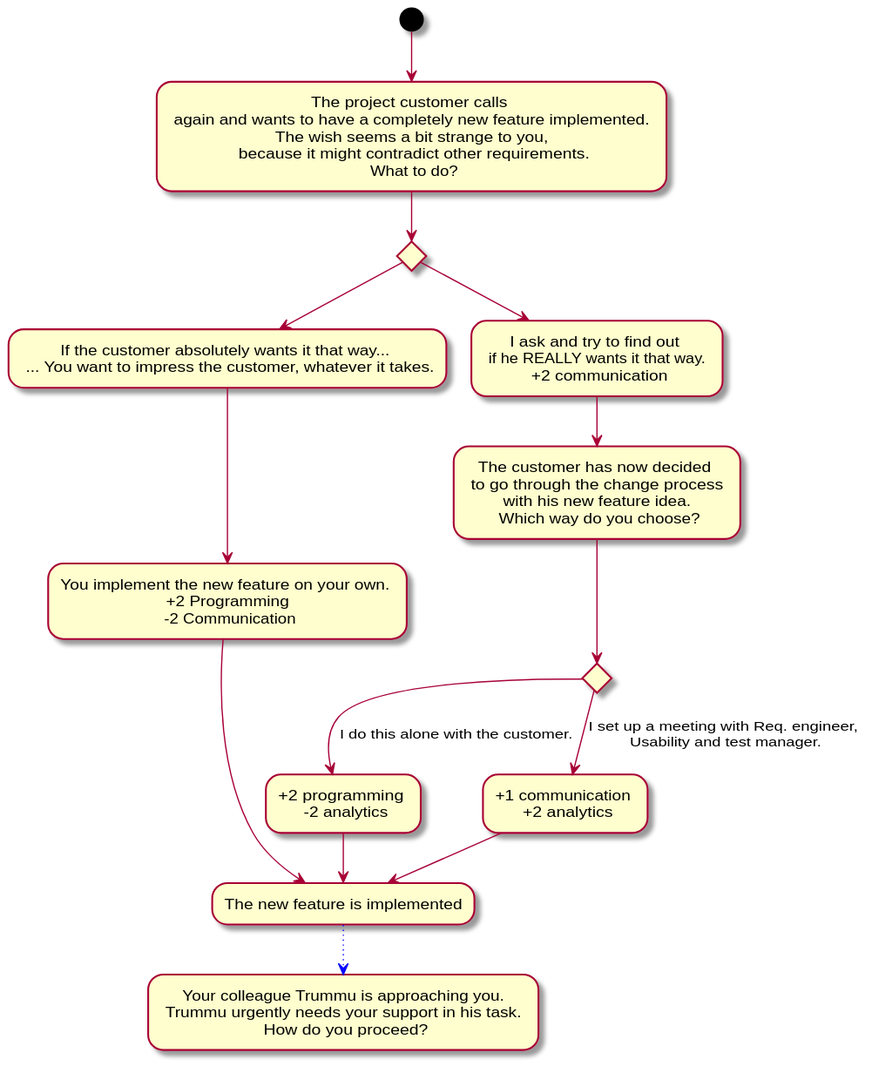
Brotenko/QualityQuest keeps this PlantUML diagram as Docs/Technical Specifications/docs/diagrams/StoryFlow/StoryFlow_Decision_12.svg. Above is the earlier version.
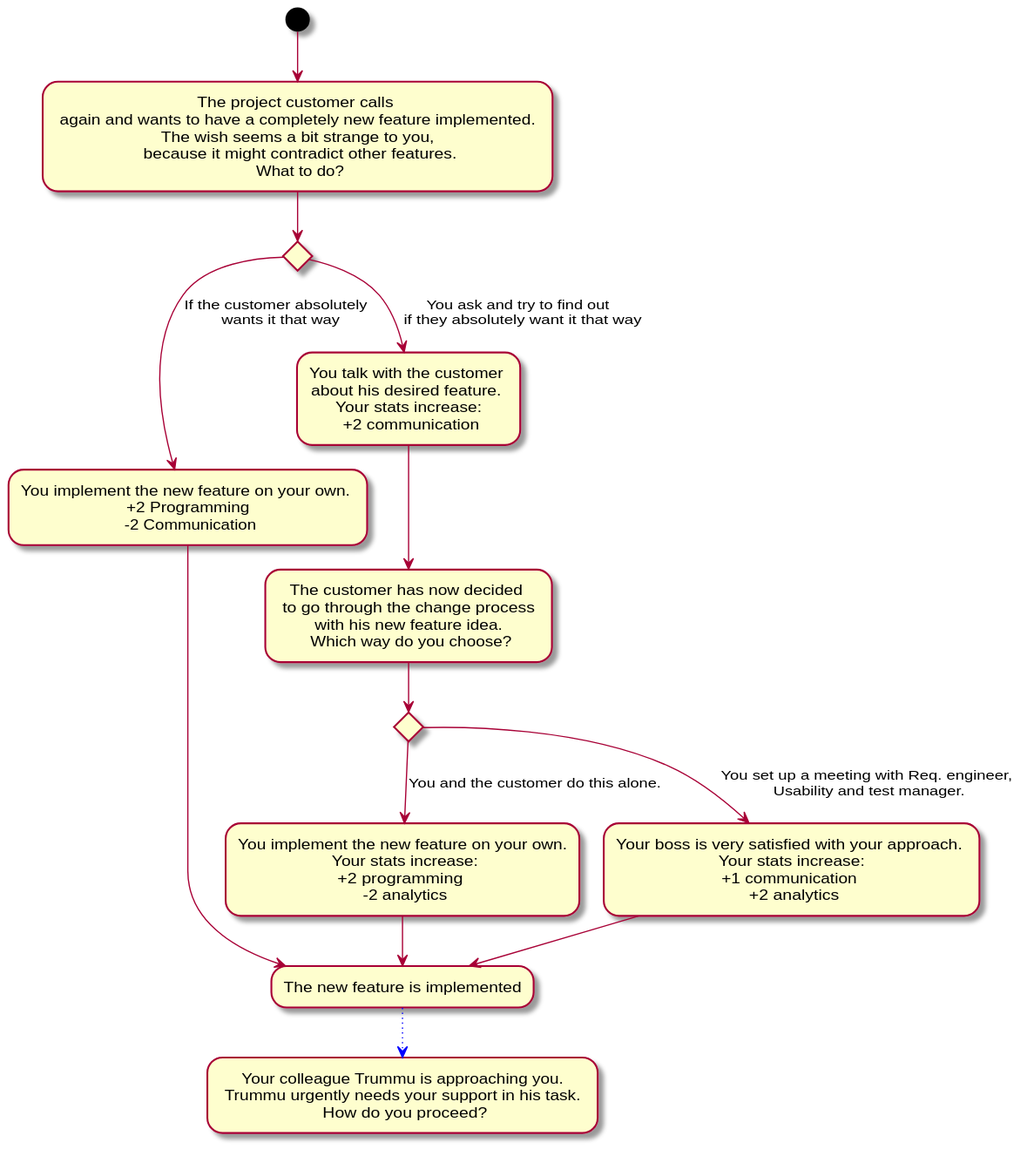
The same diagram one commit later.

The edit, as a diff of the source:
```diff
@@ -1,16 +1,15 @@
 @startuml
-(*) --> "The project customer calls \n again and wants to have a completely new feature implemented. \n The wish seems a bit strange to you, \n because it might contradict other requirements.\n What to do?" as f
+(*) --> "The project customer calls \n again and wants to have a completely new feature implemented. \n The wish seems a bit strange to you, \n because it might contradict other features.\n What to do?" as f
 if " " then
---> "If the customer absolutely wants it that way... \n ... You want to impress the customer, whatever it takes."
---> "You implement the new feature on your own. \n +2 Programming \n -2 Communication" as c
+--> [If the customer absolutely \n wants it that way] "You implement the new feature on your own. \n +2 Programming \n -2 Communication" as c
 else
---> "I ask and try to find out \n if he REALLY wants it that way. \n +2 communication"
+--> [You ask and try to find out \n if they absolutely want it that way] "You talk with the customer \nabout his desired feature. \nYour stats increase:\n +2 communication"
 endif
 --> "The customer has now decided \n to go through the change process \n with his new feature idea. \n Which way do you choose?"
 if " " then
---> [I do this alone with the customer.] "+2 programming \n -2 analytics" as a
+--> [You and the customer do this alone.] "You implement the new feature on your own.\n Your stats increase:\n+2 programming \n -2 analytics" as a
 else
---> [I set up a meeting with Req. engineer, \nUsability and test manager.] "+1 communication \n +2 analytics" as b
+--> [You set up a meeting with Req. engineer, \nUsability and test manager.] "Your boss is very satisfied with your approach. \n Your stats increase: \n+1 communication \n +2 analytics" as b
 --> "The new feature is implemented" as fertig
 endif
 a --> fertig
```
